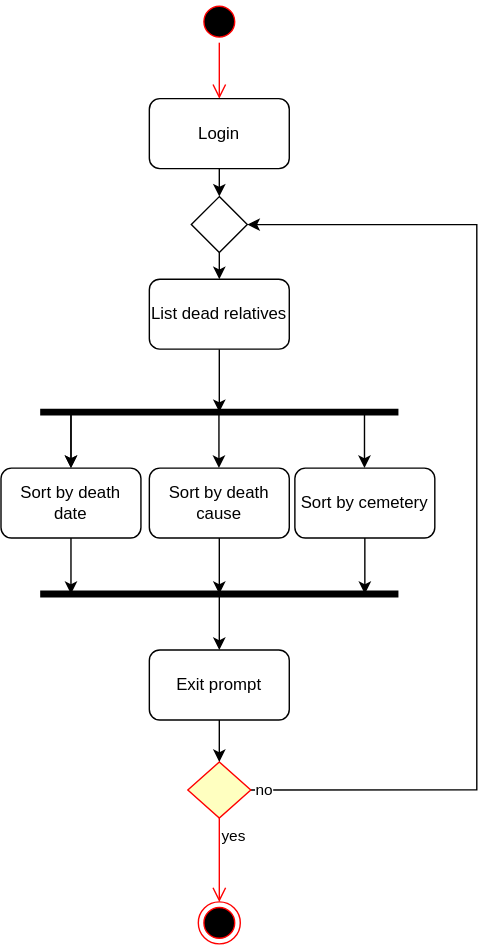
Above: diagrams/activity-3.svg in Wayedintr/CME-2210-Class-Project (draw.io), before the change. Source tidied: cells renumbered, new cells last; positions are measured from the earlier drawing's top-left corner, leaving out a move shared by most shapes.
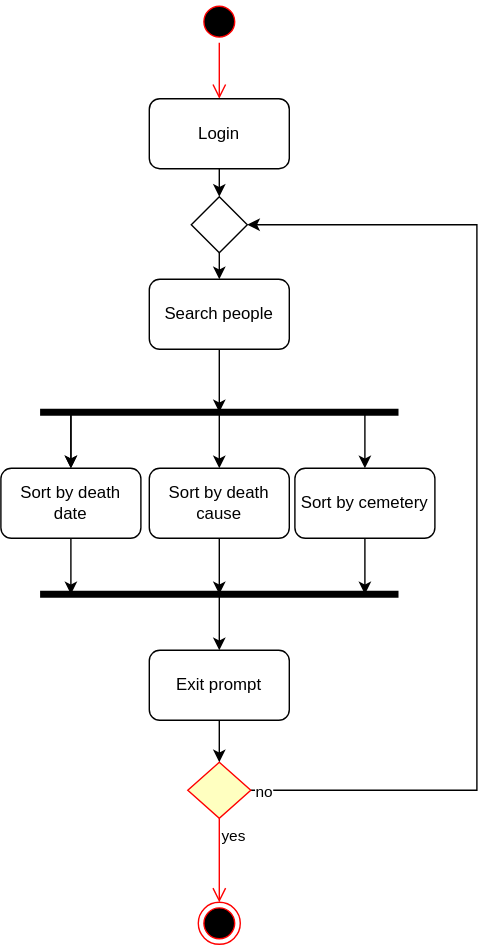
The same diagram one commit later.

The edit, as a diff of the source:
```diff
@@ -21,7 +21,7 @@
         <mxPoint x="156" y="294" as="targetPoint" />
       </mxGeometry>
     </mxCell>
-    <mxCell id="7" value="List dead relatives" style="rounded=1;whiteSpace=wrap;html=1;" parent="1" vertex="1">
+    <mxCell id="7" value="Search people" style="rounded=1;whiteSpace=wrap;html=1;" parent="1" vertex="1">
       <mxGeometry x="106" y="199" width="100" height="50" as="geometry" />
     </mxCell>
     <mxCell id="8" style="edgeStyle=orthogonalEdgeStyle;rounded=0;jettySize=auto;html=1;exitX=0.5;exitY=1;exitDx=0;exitDy=0;entryX=0.5;entryY=0;entryDx=0;entryDy=0;" parent="1" edge="1" source="9" target="7">
```
